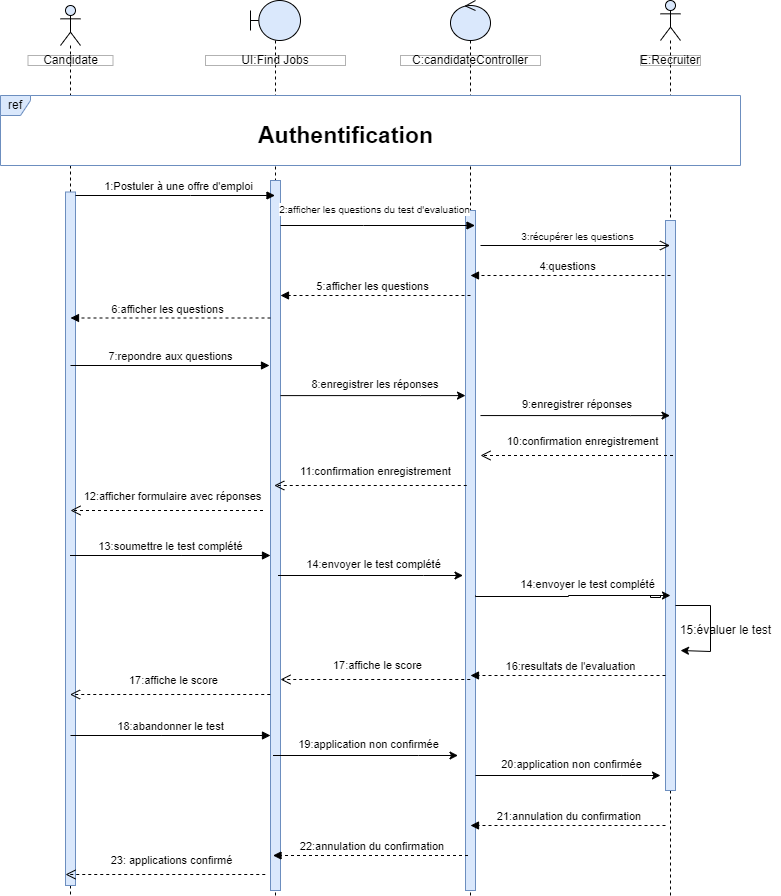
Earlier version of the draw.io export Diagramme sequence Participer à des tests dévaluation.drawio.png (chirine1/-project). Source tidied: cells renumbered, new cells last; positions are measured from the earlier drawing's top-left corner, leaving out a move shared by most shapes.
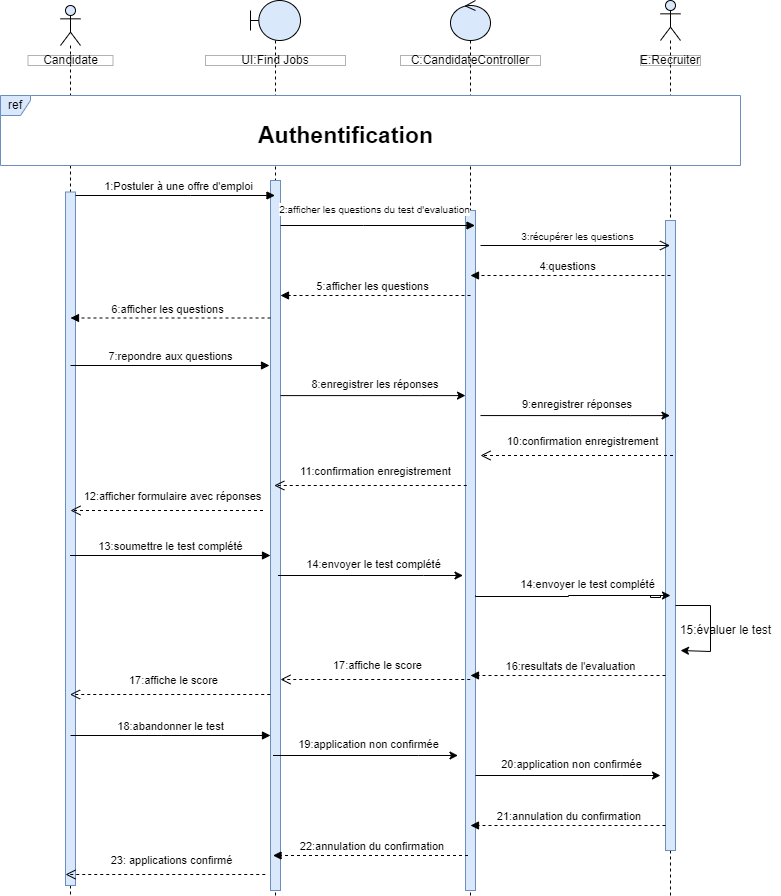
Later version of the same file.

Commit message:
Mettre à jour Diagramme sequence Participer à des tests dévaluation.drawio.png

The edit, as a diff of the source:
```diff
@@ -6,7 +6,7 @@
       <mxGeometry x="660" width="20" height="895" as="geometry" />
     </mxCell>
     <mxCell id="3" style="html=1;perimeter=orthogonalPerimeter;targetShapes=umlLifeline;newEdgeStyle={&quot;curved&quot;:0,&quot;rounded&quot;:0};fillColor=#dae8fc;strokeColor=#6c8ebf;" parent="2" vertex="1">
-      <mxGeometry x="5" y="220" width="10" height="570" as="geometry" />
+      <mxGeometry x="5" y="220" width="10" height="630" as="geometry" />
     </mxCell>
     <mxCell id="4" style="shape=umlLifeline;perimeter=lifelinePerimeter;whiteSpace=wrap;html=1;outlineConnect=0;portConstraint=eastwest;newEdgeStyle={&quot;curved&quot;:0,&quot;rounded&quot;:0};participant=umlBoundary;fillColor=#dae8fc;strokeColor=default;" parent="1" vertex="1">
       <mxGeometry x="250" width="50" height="895" as="geometry" />
@@ -41,7 +41,7 @@
     <mxCell id="13" value="UI:Find Jobs" style="html=1;whiteSpace=wrap;opacity=30;gradientColor=none;fillColor=default;fillStyle=auto;rounded=0;" parent="1" vertex="1">
       <mxGeometry x="205" y="55" width="140" height="10" as="geometry" />
     </mxCell>
-    <mxCell id="14" value="C:candidateController" style="html=1;whiteSpace=wrap;opacity=30;gradientColor=none;fillColor=default;fillStyle=auto;rounded=0;" parent="1" vertex="1">
+    <mxCell id="14" value="C:CandidateController" style="html=1;whiteSpace=wrap;opacity=30;gradientColor=none;fillColor=default;fillStyle=auto;rounded=0;" parent="1" vertex="1">
       <mxGeometry x="400" y="55" width="140" height="10" as="geometry" />
     </mxCell>
     <mxCell id="15" value="1:Postuler à une offre d'emploi" style="html=1;verticalAlign=bottom;endArrow=block;curved=0;rounded=0;" parent="1" edge="1" target="4">
```
